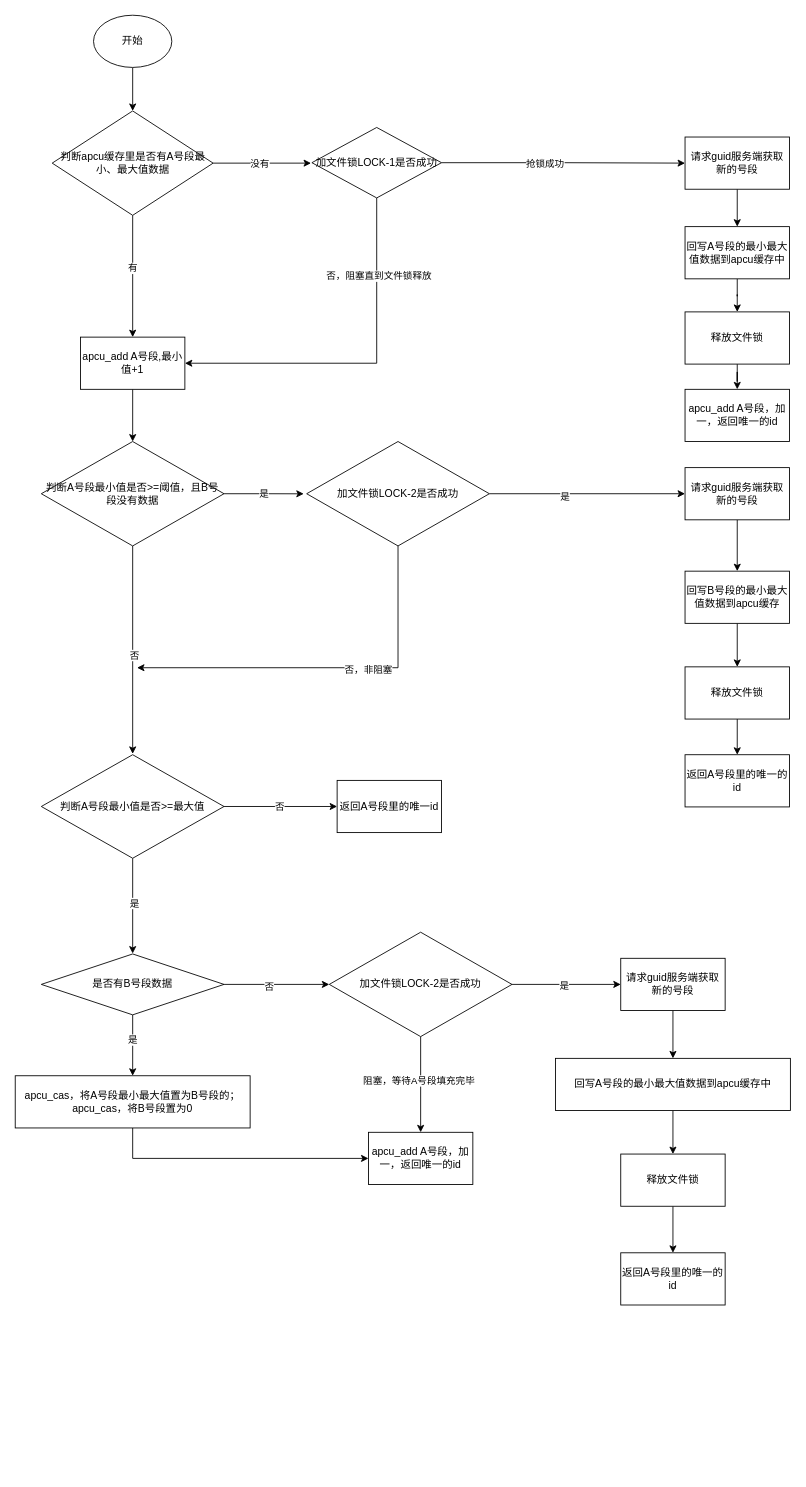
Earlier version of the draw.io diagram 全局唯一id服务-v1.drawio (yuanlj-tea/picgo). Source tidied: cells renumbered, new cells numbered last; positions are measured from the earlier drawing's top-left corner, leaving out a move shared by most shapes. Both pictures are drawn from the tidied source at 87%, with x=0, y=0 at pixel (15, 15).
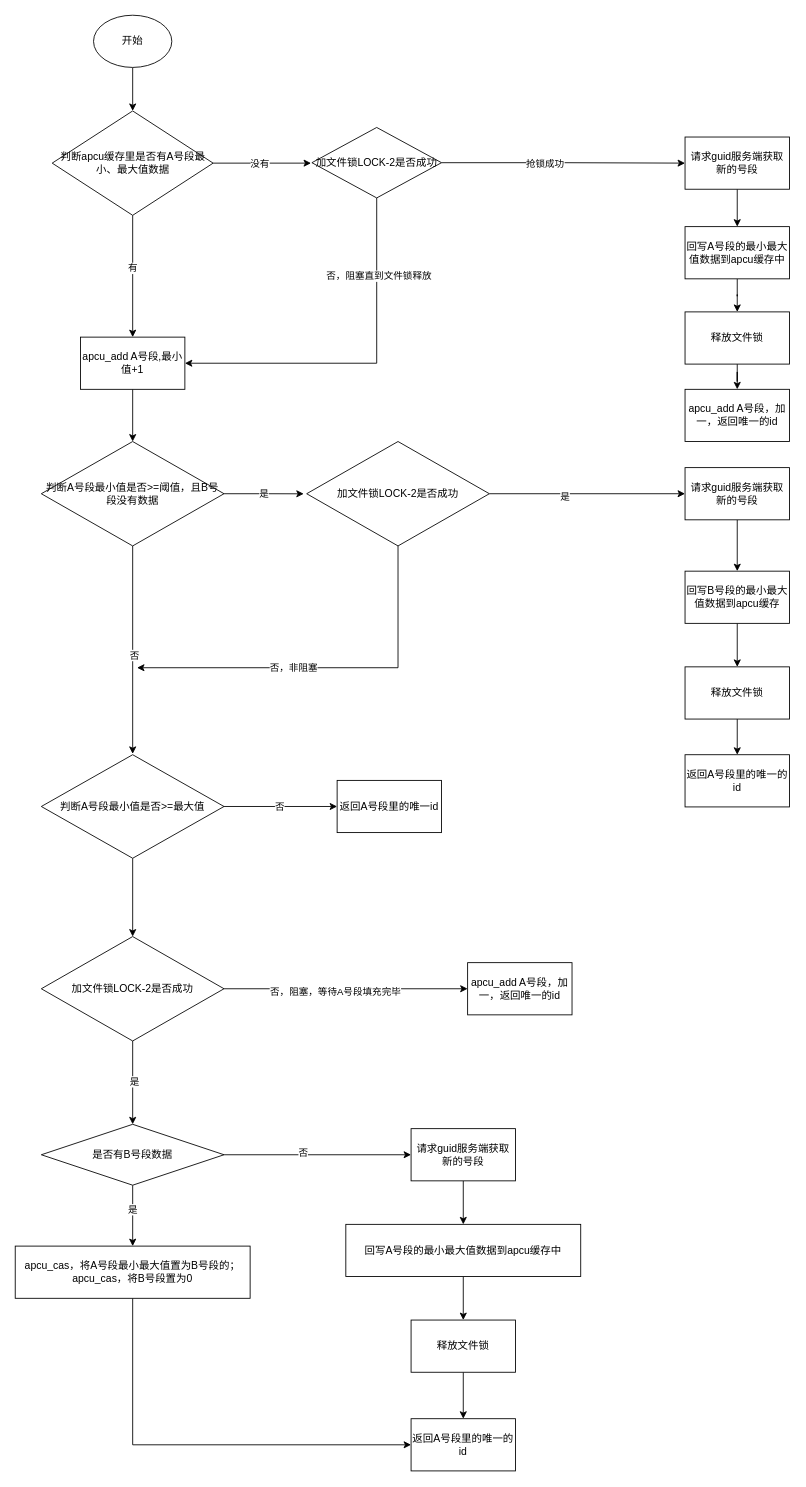
The same page after the edit.

Commit message:
更新全局唯一id服务-v1.drawio

Unchanged cells that the change refers to:
```xml
<mxCell id="27" style="edgeStyle=orthogonalEdgeStyle;rounded=0;jettySize=auto;html=1;" parent="1" edge="1" source="31">
  <mxGeometry relative="1" as="geometry">
    <mxPoint x="140" y="750" as="targetPoint" />
    <Array as="points">
      <mxPoint x="440" y="750" />
    </Array>
  </mxGeometry>
</mxCell>
<mxCell id="43" value="判断A号段最小值是否&amp;gt;=最大值" style="rhombus;whiteSpace=wrap;html=1;" parent="1" vertex="1">
  <mxGeometry x="30" y="850" width="210" height="119" as="geometry" />
</mxCell>
<mxCell id="55" style="edgeStyle=orthogonalEdgeStyle;rounded=0;jettySize=auto;html=1;" parent="1" edge="1" source="57" target="64">
  <mxGeometry relative="1" as="geometry" />
</mxCell>
```

What changed in the source:
```diff
@@
-    <mxCell id="15" value="加文件锁LOCK-1是否成功" style="rhombus;whiteSpace=wrap;html=1;" parent="1" vertex="1">
+    <mxCell id="15" value="加文件锁LOCK-2是否成功" style="rhombus;whiteSpace=wrap;html=1;" parent="1" vertex="1">
       <mxGeometry x="341" y="129" width="149" height="81" as="geometry" />
     </mxCell>
@@
     <mxCell id="28" value="否，非阻塞" style="edgeLabel;html=1;align=center;verticalAlign=middle;" parent="27" vertex="1">
       <mxGeometry x="-0.21" y="1" relative="1" as="geometry">
-        <mxPoint x="-1" as="offset" />
+        <mxPoint x="-87" y="-2" as="offset" />
       </mxGeometry>
     </mxCell>
@@
-    <mxCell id="41" style="edgeStyle=orthogonalEdgeStyle;rounded=0;jettySize=auto;html=1;" parent="1" edge="1" source="43">
-      <mxGeometry relative="1" as="geometry">
-        <mxPoint x="135" y="1078.5" as="targetPoint" />
-      </mxGeometry>
-    </mxCell>
-    <mxCell id="42" value="是" style="edgeLabel;html=1;align=center;verticalAlign=middle;" parent="41" vertex="1">
-      <mxGeometry x="-0.07" y="1" relative="1" as="geometry" />
-    </mxCell>
+    <mxCell id="66" style="edgeStyle=orthogonalEdgeStyle;rounded=0;jettySize=auto;html=1;" parent="1" edge="1" source="43" target="57">
+      <mxGeometry relative="1" as="geometry" />
+    </mxCell>
@@
-    <mxCell id="48" style="edgeStyle=orthogonalEdgeStyle;rounded=0;jettySize=auto;html=1;entryX=0;entryY=0.5;entryDx=0;entryDy=0;" parent="1" edge="1" source="50" target="57">
-      <mxGeometry relative="1" as="geometry" />
-    </mxCell>
+    <mxCell id="67" style="edgeStyle=orthogonalEdgeStyle;rounded=0;jettySize=auto;html=1;entryX=0;entryY=0.5;entryDx=0;entryDy=0;" parent="1" edge="1" source="50" target="59">
+      <mxGeometry relative="1" as="geometry" />
+    </mxCell>
-    <mxCell id="49" value="否" style="edgeLabel;html=1;align=center;verticalAlign=middle;" parent="48" vertex="1">
-      <mxGeometry x="-0.16" y="-2" relative="1" as="geometry" />
+    <mxCell id="49" value="否" style="edgeLabel;html=1;align=center;verticalAlign=middle;" parent="67" vertex="1">
+      <mxGeometry x="-0.16" y="2" relative="1" as="geometry" />
     </mxCell>
     <mxCell id="50" value="是否有B号段数据" style="rhombus;whiteSpace=wrap;html=1;" parent="1" vertex="1">
-      <mxGeometry x="30" y="1079" width="210" height="70" as="geometry" />
+      <mxGeometry x="30" y="1274.8" width="210" height="70" as="geometry" />
     </mxCell>
-    <mxCell id="51" style="edgeStyle=orthogonalEdgeStyle;rounded=0;jettySize=auto;html=1;entryX=0;entryY=0.5;entryDx=0;entryDy=0;" parent="1" edge="1" source="52" target="64">
-      <mxGeometry relative="1" as="geometry">
-        <Array as="points">
-          <mxPoint x="135" y="1314" />
-        </Array>
-      </mxGeometry>
-    </mxCell>
+    <mxCell id="68" style="edgeStyle=orthogonalEdgeStyle;rounded=0;jettySize=auto;html=1;entryX=0;entryY=0.5;entryDx=0;entryDy=0;" parent="1" edge="1" source="52" target="65">
+      <mxGeometry relative="1" as="geometry">
+        <Array as="points">
+          <mxPoint x="135" y="1643" />
+        </Array>
+      </mxGeometry>
+    </mxCell>
     <mxCell id="52" value="apcu_cas，将A号段最小最大值置为B号段的；&lt;br&gt;apcu_cas，将B号段置为0" style="whiteSpace=wrap;html=1;" parent="1" vertex="1">
-      <mxGeometry y="1219" width="270" height="60" as="geometry" />
+      <mxGeometry y="1414.8" width="270" height="60" as="geometry" />
     </mxCell>
-    <mxCell id="53" style="edgeStyle=orthogonalEdgeStyle;rounded=0;jettySize=auto;html=1;" parent="1" edge="1" source="57" target="59">
-      <mxGeometry relative="1" as="geometry" />
-    </mxCell>
-    <mxCell id="54" value="是" style="edgeLabel;html=1;align=center;verticalAlign=middle;" parent="53" vertex="1">
-      <mxGeometry x="-0.06" y="-1" relative="1" as="geometry" />
-    </mxCell>
@@
-    <mxCell id="56" value="阻塞，等待A号段填充完毕" style="edgeLabel;html=1;align=center;verticalAlign=middle;" parent="55" vertex="1">
+    <mxCell id="56" value="否，阻塞，等待A号段填充完毕" style="edgeLabel;html=1;align=center;verticalAlign=middle;" parent="55" vertex="1">
       <mxGeometry x="-0.09" y="-3" relative="1" as="geometry" />
     </mxCell>
+    <mxCell id="69" style="edgeStyle=orthogonalEdgeStyle;rounded=0;jettySize=auto;html=1;" parent="1" edge="1" source="57" target="50">
+      <mxGeometry relative="1" as="geometry" />
+    </mxCell>
+    <mxCell id="70" value="是" style="edgeLabel;html=1;align=center;verticalAlign=middle;" parent="69" vertex="1">
+      <mxGeometry x="-0.04" y="1" relative="1" as="geometry" />
+    </mxCell>
     <mxCell id="57" value="加文件锁LOCK-2是否成功" style="rhombus;whiteSpace=wrap;html=1;" parent="1" vertex="1">
-      <mxGeometry x="361" y="1054" width="210" height="120" as="geometry" />
+      <mxGeometry x="30" y="1059" width="210" height="120" as="geometry" />
     </mxCell>
@@
     <mxCell id="59" value="请求guid服务端获取新的号段" style="whiteSpace=wrap;html=1;" parent="1" vertex="1">
-      <mxGeometry x="696" y="1084" width="120" height="60" as="geometry" />
+      <mxGeometry x="455" y="1279.8" width="120" height="60" as="geometry" />
     </mxCell>
@@
     <mxCell id="61" value="回写A号段的最小最大值数据到apcu缓存中" style="whiteSpace=wrap;html=1;" parent="1" vertex="1">
-      <mxGeometry x="621" y="1199" width="270" height="60" as="geometry" />
+      <mxGeometry x="380" y="1389.8" width="270" height="60" as="geometry" />
     </mxCell>
@@
     <mxCell id="63" value="释放文件锁" style="whiteSpace=wrap;html=1;" parent="1" vertex="1">
-      <mxGeometry x="696" y="1309" width="120" height="60" as="geometry" />
+      <mxGeometry x="455" y="1499.8" width="120" height="60" as="geometry" />
     </mxCell>
     <mxCell id="64" value="apcu_add A号段，加一，返回唯一的id" style="whiteSpace=wrap;html=1;" parent="1" vertex="1">
-      <mxGeometry x="406" y="1284" width="120" height="60" as="geometry" />
+      <mxGeometry x="520" y="1089" width="120" height="60" as="geometry" />
     </mxCell>
     <mxCell id="65" value="返回A号段里的唯一的id" style="whiteSpace=wrap;html=1;" parent="1" vertex="1">
-      <mxGeometry x="696" y="1422.5" width="120" height="60" as="geometry" />
+      <mxGeometry x="455" y="1613.2" width="120" height="60" as="geometry" />
     </mxCell>
```
